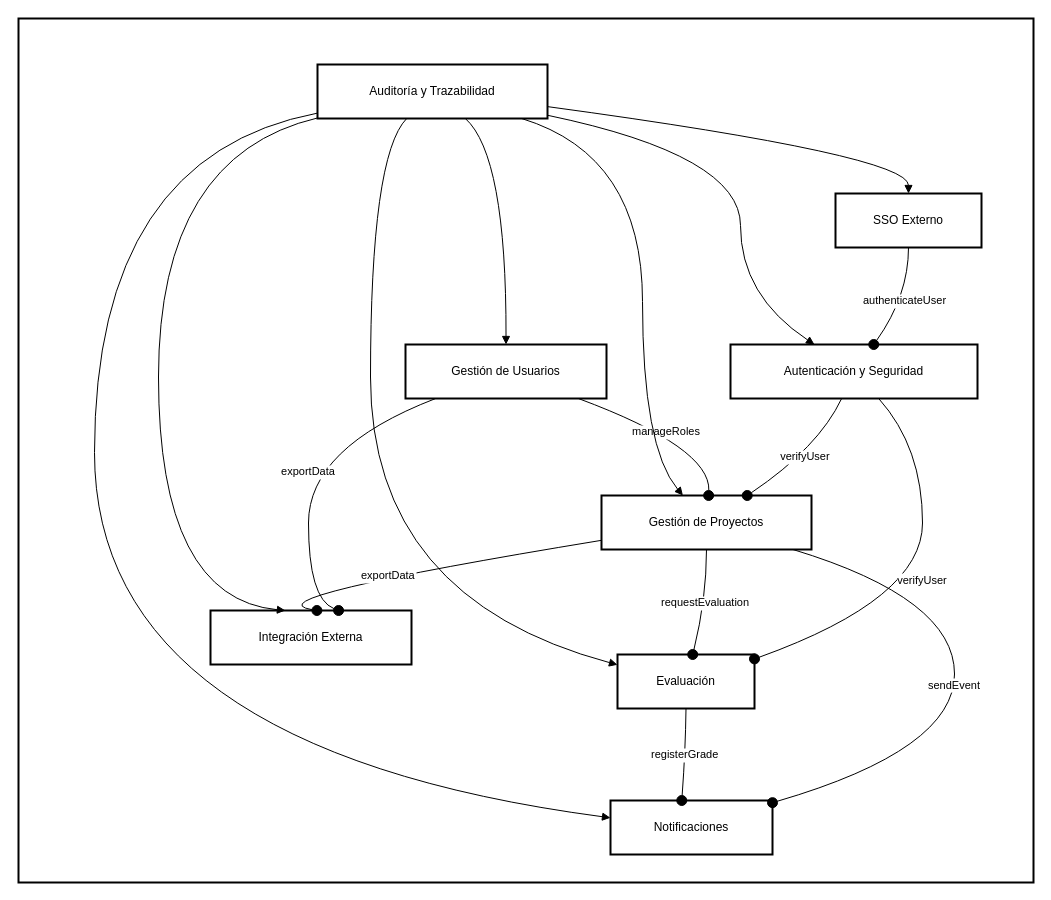
Above: Diagrama sin título.drawio in Jugador9/Hundir-la-flota (draw.io), before the change. Source tidied: cells renumbered, new cells numbered last; positions are measured from the earlier drawing's top-left corner, leaving out a move shared by most shapes. Both pictures are drawn from the tidied source at 100%, with x=0, y=0 at pixel (18, 18).
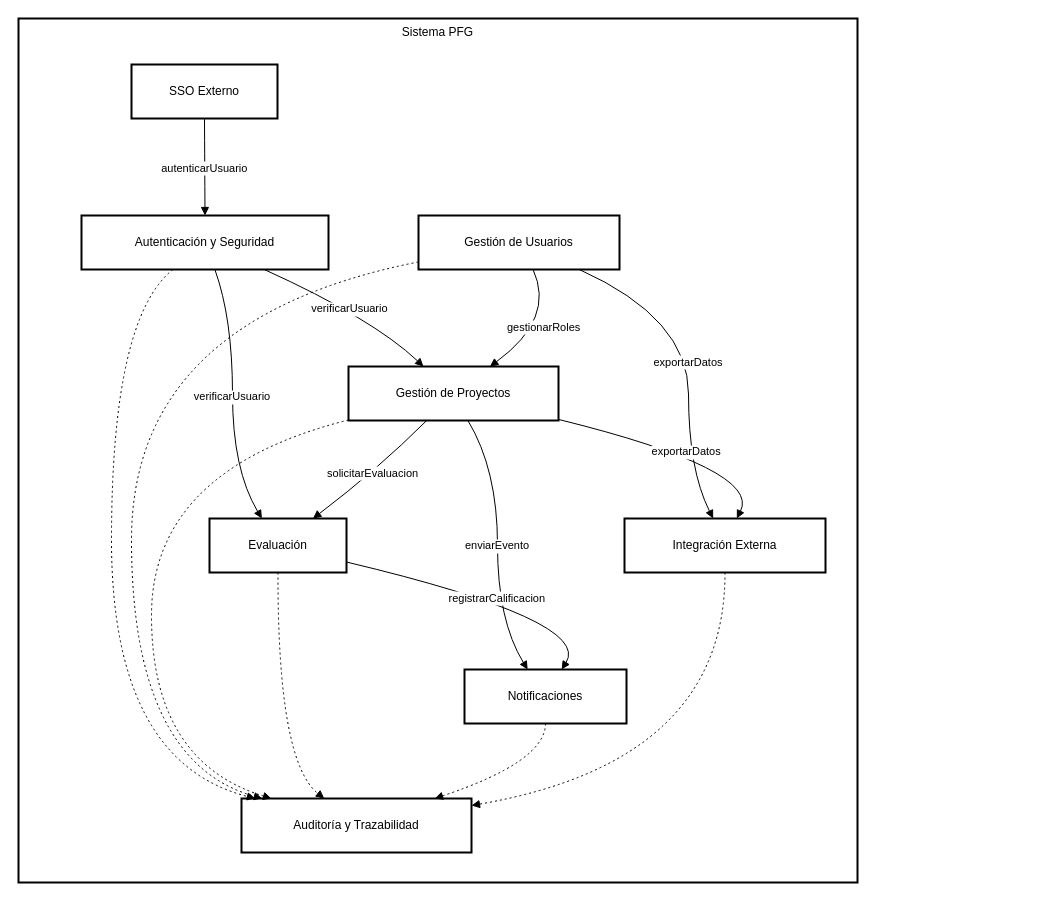
The same diagram, later.

Diff of the diagram source:
```diff
@@
-    <mxCell id="2" style="whiteSpace=wrap;strokeWidth=2;verticalAlign=top;" parent="1" vertex="1">
-      <mxGeometry width="1015" height="864" as="geometry" />
+    <mxCell id="2" value="Sistema PFG" style="whiteSpace=wrap;strokeWidth=2;verticalAlign=top;" parent="1" vertex="1">
+      <mxGeometry width="839" height="864" as="geometry" />
     </mxCell>
     <mxCell id="3" value="SSO Externo" style="whiteSpace=wrap;strokeWidth=2;" parent="2" vertex="1">
-      <mxGeometry x="817" y="175" width="146" height="54" as="geometry" />
+      <mxGeometry x="113" y="46" width="146" height="54" as="geometry" />
     </mxCell>
     <mxCell id="4" value="Autenticación y Seguridad" style="whiteSpace=wrap;strokeWidth=2;" parent="2" vertex="1">
-      <mxGeometry x="712" y="326" width="247" height="54" as="geometry" />
+      <mxGeometry x="63" y="197" width="247" height="54" as="geometry" />
     </mxCell>
     <mxCell id="5" value="Gestión de Proyectos" style="whiteSpace=wrap;strokeWidth=2;" parent="2" vertex="1">
-      <mxGeometry x="583" y="477" width="210" height="54" as="geometry" />
+      <mxGeometry x="330" y="348" width="210" height="54" as="geometry" />
     </mxCell>
     <mxCell id="6" value="Evaluación" style="whiteSpace=wrap;strokeWidth=2;" parent="2" vertex="1">
-      <mxGeometry x="599" y="636" width="137" height="54" as="geometry" />
+      <mxGeometry x="191" y="500" width="137" height="54" as="geometry" />
     </mxCell>
     <mxCell id="7" value="Gestión de Usuarios" style="whiteSpace=wrap;strokeWidth=2;" parent="2" vertex="1">
-      <mxGeometry x="387" y="326" width="201" height="54" as="geometry" />
+      <mxGeometry x="400" y="197" width="201" height="54" as="geometry" />
     </mxCell>
     <mxCell id="8" value="Notificaciones" style="whiteSpace=wrap;strokeWidth=2;" parent="2" vertex="1">
-      <mxGeometry x="592" y="782" width="162" height="54" as="geometry" />
+      <mxGeometry x="446" y="651" width="162" height="54" as="geometry" />
     </mxCell>
     <mxCell id="9" value="Integración Externa" style="whiteSpace=wrap;strokeWidth=2;" parent="2" vertex="1">
-      <mxGeometry x="192" y="592" width="201" height="54" as="geometry" />
+      <mxGeometry x="606" y="500" width="201" height="54" as="geometry" />
     </mxCell>
     <mxCell id="10" value="Auditoría y Trazabilidad" style="whiteSpace=wrap;strokeWidth=2;" parent="2" vertex="1">
-      <mxGeometry x="299" y="46" width="230" height="54" as="geometry" />
+      <mxGeometry x="223" y="780" width="230" height="54" as="geometry" />
     </mxCell>
-    <mxCell id="11" value="authenticateUser" style="curved=1;startArrow=none;endArrow=oval;endSize=10;endFill=1;exitX=0.5;exitY=0.99;entryX=0.58;entryY=0;" parent="2" edge="1" source="3" target="4">
-      <mxGeometry relative="1" as="geometry">
-        <Array as="points">
-          <mxPoint x="890" y="277" />
-        </Array>
-      </mxGeometry>
+    <mxCell id="11" value="autenticarUsuario" style="curved=1;startArrow=none;endArrow=block;exitX=0.5;exitY=0.99;entryX=0.5;entryY=0;" parent="2" edge="1" source="3" target="4">
+      <mxGeometry relative="1" as="geometry" />
     </mxCell>
-    <mxCell id="12" value="verifyUser" style="curved=1;startArrow=none;endArrow=oval;endSize=10;endFill=1;exitX=0.45;exitY=1;entryX=0.69;entryY=0.01;" parent="2" edge="1" source="4" target="5">
+    <mxCell id="12" value="verificarUsuario" style="curved=1;startArrow=none;endArrow=block;exitX=0.74;exitY=1;entryX=0.36;entryY=0.01;" parent="2" edge="1" source="4" target="5">
       <mxGeometry relative="1" as="geometry">
         <Array as="points">
-          <mxPoint x="800" y="429" />
+          <mxPoint x="354" y="300" />
         </Array>
       </mxGeometry>
     </mxCell>
-    <mxCell id="13" value="verifyUser" style="curved=1;startArrow=none;endArrow=oval;endSize=10;endFill=1;exitX=0.6;exitY=1;entryX=0.99;entryY=0.09;" parent="2" edge="1" source="4" target="6">
+    <mxCell id="13" value="verificarUsuario" style="curved=1;startArrow=none;endArrow=block;exitX=0.54;exitY=1;entryX=0.38;entryY=-0.01;" parent="2" edge="1" source="4" target="6">
       <mxGeometry relative="1" as="geometry">
         <Array as="points">
-          <mxPoint x="904" y="429" />
-          <mxPoint x="904" y="580" />
+          <mxPoint x="214" y="300" />
+          <mxPoint x="214" y="451" />
         </Array>
       </mxGeometry>
     </mxCell>
-    <mxCell id="14" value="manageRoles" style="curved=1;startArrow=none;endArrow=oval;endSize=10;endFill=1;exitX=0.86;exitY=1;entryX=0.51;entryY=0.01;" parent="2" edge="1" source="7" target="5">
+    <mxCell id="14" value="gestionarRoles" style="curved=1;startArrow=none;endArrow=block;exitX=0.57;exitY=1;entryX=0.67;entryY=0.01;" parent="2" edge="1" source="7" target="5">
       <mxGeometry relative="1" as="geometry">
         <Array as="points">
-          <mxPoint x="692" y="429" />
+          <mxPoint x="537" y="300" />
         </Array>
       </mxGeometry>
     </mxCell>
-    <mxCell id="15" value="requestEvaluation" style="curved=1;startArrow=none;endArrow=oval;endSize=10;endFill=1;exitX=0.5;exitY=1.01;entryX=0.55;entryY=-0.01;" parent="2" edge="1" source="5" target="6">
+    <mxCell id="15" value="solicitarEvaluacion" style="curved=1;startArrow=none;endArrow=block;exitX=0.37;exitY=1.01;entryX=0.76;entryY=-0.01;" parent="2" edge="1" source="5" target="6">
       <mxGeometry relative="1" as="geometry">
         <Array as="points">
-          <mxPoint x="688" y="580" />
+          <mxPoint x="359" y="451" />
         </Array>
       </mxGeometry>
     </mxCell>
-    <mxCell id="16" value="sendEvent" style="curved=1;startArrow=none;endArrow=oval;endSize=10;endFill=1;exitX=0.92;exitY=1.01;entryX=1;entryY=0.04;" parent="2" edge="1" source="5" target="8">
+    <mxCell id="16" value="enviarEvento" style="curved=1;startArrow=none;endArrow=block;exitX=0.57;exitY=1.01;entryX=0.39;entryY=0;" parent="2" edge="1" source="5" target="8">
       <mxGeometry relative="1" as="geometry">
         <Array as="points">
-          <mxPoint x="936" y="580" />
-          <mxPoint x="936" y="731" />
+          <mxPoint x="479" y="451" />
+          <mxPoint x="479" y="602" />
         </Array>
       </mxGeometry>
     </mxCell>
-    <mxCell id="17" value="registerGrade" style="curved=1;startArrow=none;endArrow=oval;endSize=10;endFill=1;exitX=0.5;exitY=0.99;entryX=0.44;entryY=0;" parent="2" edge="1" source="6" target="8">
+    <mxCell id="17" value="registrarCalificacion" style="curved=1;startArrow=none;endArrow=block;exitX=0.99;exitY=0.8;entryX=0.6;entryY=0;" parent="2" edge="1" source="6" target="8">
       <mxGeometry relative="1" as="geometry">
         <Array as="points">
-          <mxPoint x="667" y="731" />
+          <mxPoint x="574" y="602" />
         </Array>
       </mxGeometry>
     </mxCell>
-    <mxCell id="18" value="exportData" style="curved=1;startArrow=none;endArrow=oval;endSize=10;endFill=1;exitX=0.15;exitY=1;entryX=0.64;entryY=-0.01;" parent="2" edge="1" source="7" target="9">
+    <mxCell id="18" value="exportarDatos" style="curved=1;startArrow=none;endArrow=block;exitX=0.8;exitY=1;entryX=0.44;entryY=-0.01;" parent="2" edge="1" source="7" target="9">
       <mxGeometry relative="1" as="geometry">
         <Array as="points">
-          <mxPoint x="290" y="429" />
-          <mxPoint x="290" y="580" />
+          <mxPoint x="670" y="300" />
+          <mxPoint x="670" y="451" />
         </Array>
       </mxGeometry>
     </mxCell>
-    <mxCell id="19" value="exportData" style="curved=1;startArrow=none;endArrow=oval;endSize=10;endFill=1;exitX=0;exitY=0.83;entryX=0.53;entryY=-0.01;" parent="2" edge="1" source="5" target="9">
+    <mxCell id="19" value="exportarDatos" style="curved=1;startArrow=none;endArrow=block;exitX=1;exitY=0.98;entryX=0.56;entryY=-0.01;" parent="2" edge="1" source="5" target="9">
       <mxGeometry relative="1" as="geometry">
         <Array as="points">
-          <mxPoint x="228" y="580" />
+          <mxPoint x="743" y="451" />
         </Array>
       </mxGeometry>
     </mxCell>
-    <mxCell id="20" style="curved=1;startArrow=none;endArrow=block;exitX=1;exitY=0.78;entryX=0.5;entryY=-0.01;" parent="2" edge="1" source="10" target="3">
+    <mxCell id="20" style="curved=1;dashed=1;dashPattern=2 3;startArrow=none;endArrow=block;exitX=0.37;exitY=1;entryX=0.06;entryY=0;" parent="2" edge="1" source="4" target="10">
       <mxGeometry relative="1" as="geometry">
         <Array as="points">
-          <mxPoint x="890" y="137" />
+          <mxPoint x="93" y="300" />
+          <mxPoint x="93" y="743" />
         </Array>
       </mxGeometry>
     </mxCell>
-    <mxCell id="21" style="curved=1;startArrow=none;endArrow=block;exitX=1;exitY=0.94;entryX=0.34;entryY=0;" parent="2" edge="1" source="10" target="4">
+    <mxCell id="21" style="curved=1;dashed=1;dashPattern=2 3;startArrow=none;endArrow=block;exitX=0;exitY=0.86;entryX=0.09;entryY=0;" parent="2" edge="1" source="7" target="10">
       <mxGeometry relative="1" as="geometry">
         <Array as="points">
-          <mxPoint x="722" y="137" />
-          <mxPoint x="722" y="277" />
+          <mxPoint x="113" y="300" />
+          <mxPoint x="113" y="743" />
         </Array>
       </mxGeometry>
     </mxCell>
-    <mxCell id="22" style="curved=1;startArrow=none;endArrow=block;exitX=0.64;exitY=0.99;entryX=0.5;entryY=0;" parent="2" edge="1" source="10" target="7">
+    <mxCell id="22" style="curved=1;dashed=1;dashPattern=2 3;startArrow=none;endArrow=block;exitX=0;exitY=0.99;entryX=0.13;entryY=0;" parent="2" edge="1" source="5" target="10">
       <mxGeometry relative="1" as="geometry">
         <Array as="points">
-          <mxPoint x="488" y="137" />
+          <mxPoint x="133" y="451" />
+          <mxPoint x="133" y="743" />
         </Array>
       </mxGeometry>
     </mxCell>
-    <mxCell id="23" style="curved=1;startArrow=none;endArrow=block;exitX=0.88;exitY=0.99;entryX=0.39;entryY=0.01;" parent="2" edge="1" source="10" target="5">
+    <mxCell id="23" style="curved=1;dashed=1;dashPattern=2 3;startArrow=none;endArrow=block;exitX=0.5;exitY=0.99;entryX=0.36;entryY=0;" parent="2" edge="1" source="6" target="10">
       <mxGeometry relative="1" as="geometry">
         <Array as="points">
-          <mxPoint x="624" y="137" />
-          <mxPoint x="624" y="429" />
+          <mxPoint x="259" y="743" />
         </Array>
       </mxGeometry>
     </mxCell>
-    <mxCell id="24" style="curved=1;startArrow=none;endArrow=block;exitX=0.39;exitY=0.99;entryX=0;entryY=0.19;" parent="2" edge="1" source="10" target="6">
+    <mxCell id="24" style="curved=1;dashed=1;dashPattern=2 3;startArrow=none;endArrow=block;exitX=0.5;exitY=1;entryX=0.84;entryY=0;" parent="2" edge="1" source="8" target="10">
       <mxGeometry relative="1" as="geometry">
         <Array as="points">
-          <mxPoint x="352" y="137" />
-          <mxPoint x="352" y="580" />
+          <mxPoint x="527" y="743" />
         </Array>
       </mxGeometry>
     </mxCell>
-    <mxCell id="25" style="curved=1;startArrow=none;endArrow=block;exitX=0;exitY=0.9;entryX=0;entryY=0.32;" parent="2" edge="1" source="10" target="8">
+    <mxCell id="25" style="curved=1;dashed=1;dashPattern=2 3;startArrow=none;endArrow=block;exitX=0.5;exitY=0.99;entryX=1;entryY=0.13;" parent="2" edge="1" source="9" target="10">
       <mxGeometry relative="1" as="geometry">
         <Array as="points">
-          <mxPoint x="76" y="137" />
-          <mxPoint x="76" y="731" />
+          <mxPoint x="707" y="743" />
         </Array>
       </mxGeometry>
     </mxCell>
-    <mxCell id="26" style="curved=1;startArrow=none;endArrow=block;exitX=0;exitY=0.99;entryX=0.37;entryY=-0.01;" parent="2" edge="1" source="10" target="9">
-      <mxGeometry relative="1" as="geometry">
-        <Array as="points">
-          <mxPoint x="140" y="137" />
-          <mxPoint x="140" y="580" />
-        </Array>
-      </mxGeometry>
-    </mxCell>
```
